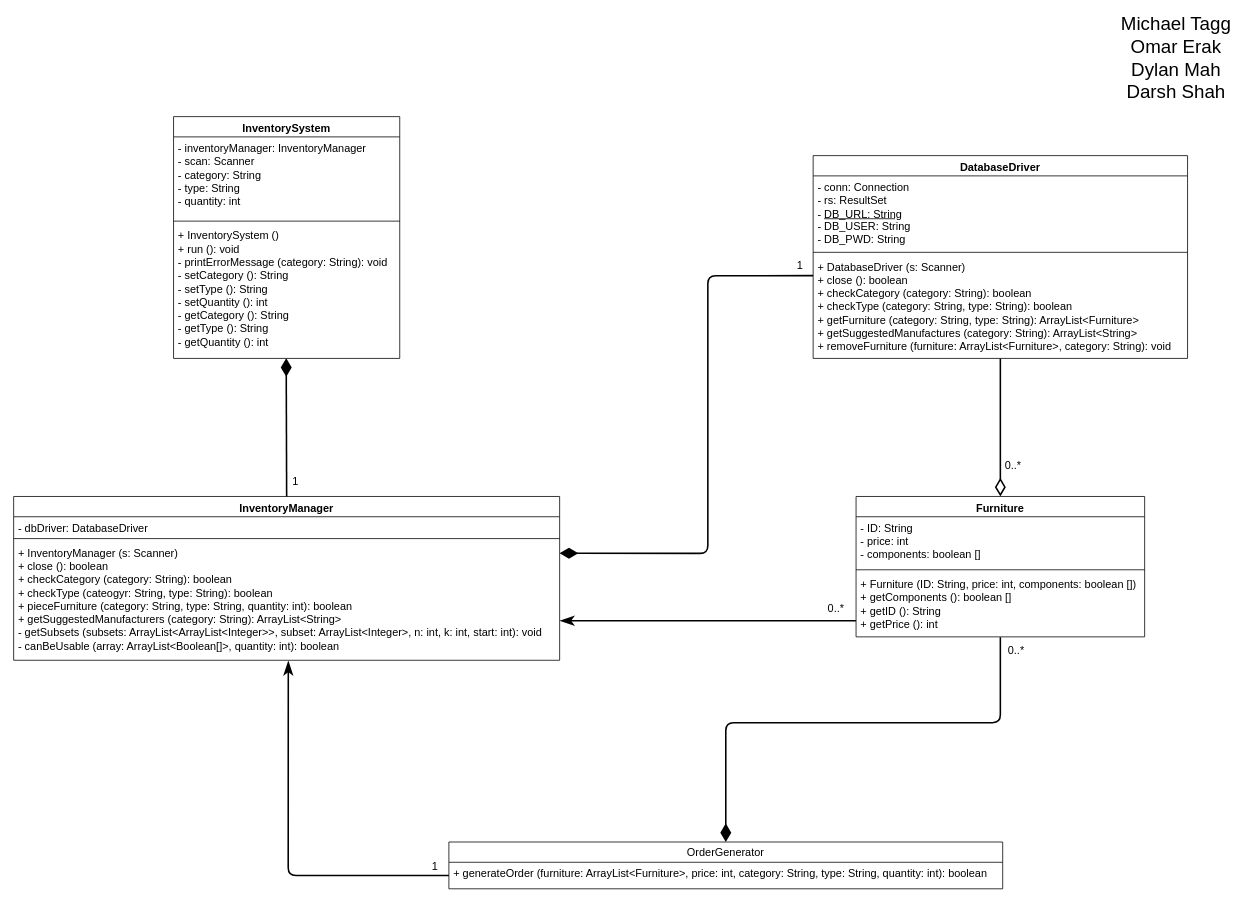
Above: Untitled Diagram.drawio in mtagg/409ProjectG16 (draw.io), before the change. Source tidied: cells renumbered, new cells numbered last; positions are measured from the earlier drawing's top-left corner, leaving out a move shared by most shapes. Both pictures are drawn from the tidied source at 78%, with x=0, y=0 at pixel (13, 23).
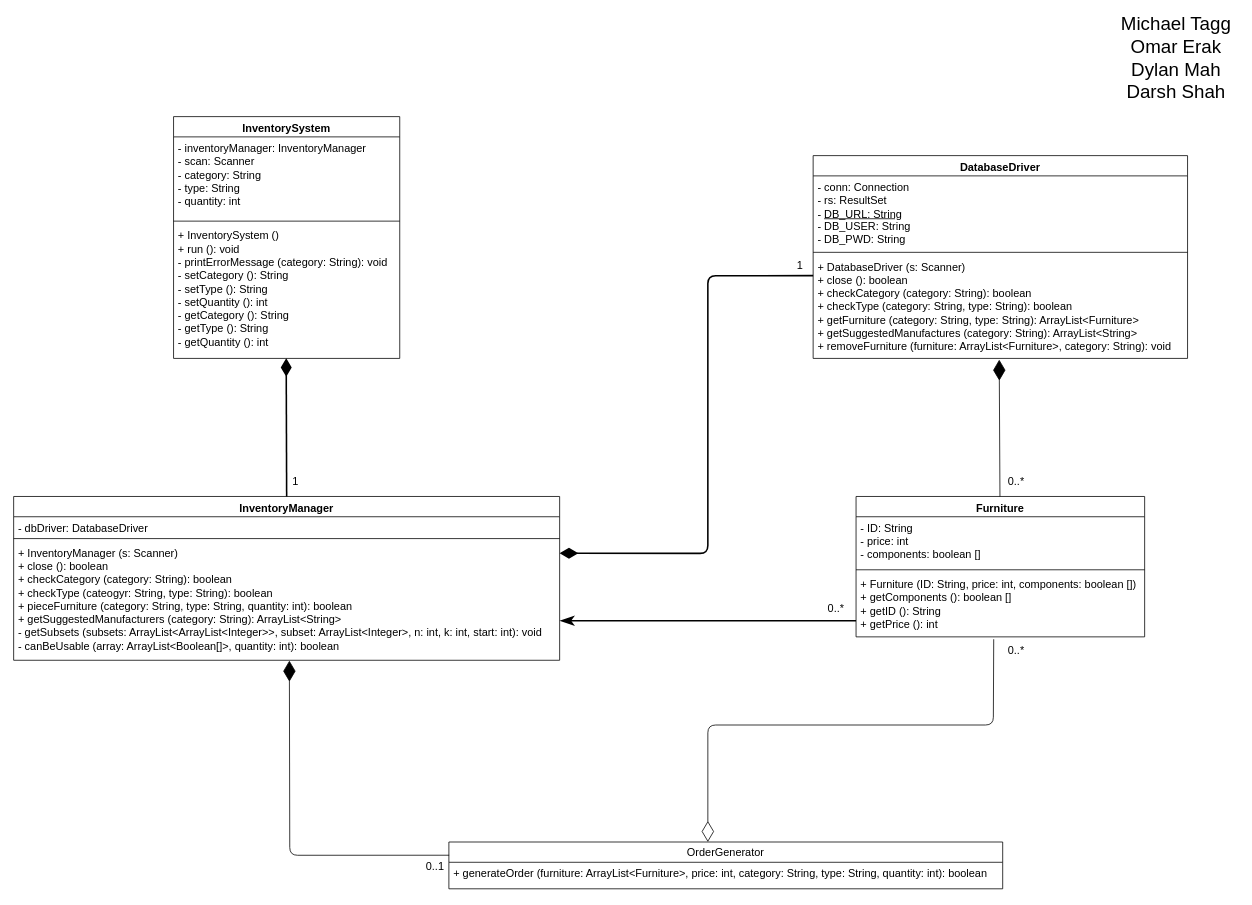
Above is the later version.

Commit message:
updated UML relations

The change refers to these unchanged cells:
```xml
<mxCell id="2" value="Furniture" style="swimlane;fontStyle=1;align=center;verticalAlign=top;horizontal=1;startSize=26;fontSize=14;" parent="1" vertex="1">
  <mxGeometry x="1080" y="607" width="370" height="180" as="geometry" />
</mxCell>
<mxCell id="5" value="+ Furniture (ID: String, price: int, components: boolean [])&#10;+ getComponents (): boolean []&#10;+ getID (): String&#10;+ getPrice (): int&#10;&#10;" style="text;strokeColor=none;fillColor=none;align=left;verticalAlign=top;spacingLeft=4;spacingRight=4;overflow=hidden;points=[[0,0.5],[1,0.5]];portConstraint=eastwest;fontSize=14;" parent="2" vertex="1">
  <mxGeometry y="98" width="370" height="82" as="geometry" />
</mxCell>
<mxCell id="9" value="+ DatabaseDriver (s: Scanner)&#10;+ close (): boolean&#10;+ checkCategory (category: String): boolean&#10;+ checkType (category: String, type: String): boolean&#10;+ getFurniture (category: String, type: String): ArrayList&lt;Furniture&gt;&#10;+ getSuggestedManufactures (category: String): ArrayList&lt;String&gt;&#10;+ removeFurniture (furniture: ArrayList&lt;Furniture&gt;, category: String): void&#10;" style="text;strokeColor=none;fillColor=none;align=left;verticalAlign=top;spacingLeft=4;spacingRight=4;overflow=hidden;points=[[0,0.5],[1,0.5]];portConstraint=eastwest;fontSize=14;" parent="6" vertex="1">
  <mxGeometry y="128" width="480" height="132" as="geometry" />
</mxCell>
<mxCell id="10" value="OrderGenerator" style="swimlane;fontStyle=0;horizontal=1;startSize=26;fillColor=none;fontSize=14;" parent="1" vertex="1">
  <mxGeometry x="558" y="1050" width="710" height="60" as="geometry" />
</mxCell>
<mxCell id="11" value="+ generateOrder (furniture: ArrayList&lt;Furniture&gt;, price: int, category: String, type: String, quantity: int): boolean" style="text;strokeColor=none;fillColor=none;align=left;verticalAlign=top;spacingLeft=4;spacingRight=4;overflow=hidden;points=[[0,0.5],[1,0.5]];portConstraint=eastwest;fontSize=14;" parent="10" vertex="1">
  <mxGeometry y="26" width="710" height="34" as="geometry" />
</mxCell>
<mxCell id="19" value="+ InventoryManager (s: Scanner)&#10;+ close (): boolean&#10;+ checkCategory (category: String): boolean&#10;+ checkType (cateogyr: String, type: String): boolean&#10;+ pieceFurniture (category: String, type: String, quantity: int): boolean&#10;+ getSuggestedManufacturers (category: String): ArrayList&lt;String&gt;&#10;- getSubsets (subsets: ArrayList&lt;ArrayList&lt;Integer&gt;&gt;, subset: ArrayList&lt;Integer&gt;, n: int, k: int, start: int): void&#10;- canBeUsable (array: ArrayList&lt;Boolean[]&gt;, quantity: int): boolean&#10;&#10;&#10;" style="text;strokeColor=none;fillColor=none;align=left;verticalAlign=top;spacingLeft=4;spacingRight=4;overflow=hidden;points=[[0,0.5],[1,0.5]];portConstraint=eastwest;fontSize=14;" parent="16" vertex="1">
  <mxGeometry y="58" width="700" height="152" as="geometry" />
</mxCell>
```

Diff of the diagram source:
```diff
@@
-    <mxCell id="20" style="endArrow=diamondThin;endFill=0;endSize=18;html=1;strokeWidth=2;entryX=0.5;entryY=0;entryDx=0;entryDy=0;fontSize=14;exitX=0.5;exitY=1.002;exitDx=0;exitDy=0;exitPerimeter=0;" parent="1" edge="1" source="9" target="2">
-      <mxGeometry relative="1" as="geometry" />
-    </mxCell>
@@
-    <mxCell id="23" style="endArrow=classicThin;endFill=1;endSize=12;html=1;strokeWidth=2;exitX=0;exitY=0.5;exitDx=0;exitDy=0;entryX=0.503;entryY=1.007;entryDx=0;entryDy=0;entryPerimeter=0;fontSize=14;" parent="1" edge="1" source="11" target="19">
-      <mxGeometry relative="1" as="geometry">
-        <Array as="points">
-          <mxPoint x="450" y="1093" />
-          <mxPoint x="352" y="1093" />
-        </Array>
-      </mxGeometry>
-    </mxCell>
-    <mxCell id="24" value="1" style="text;html=1;align=center;verticalAlign=middle;points=[];fontSize=14;" parent="1" vertex="1">
-      <mxGeometry x="530" y="1072" width="20" height="20" as="geometry" />
+    <mxCell id="24" value="0..1" style="text;html=1;align=center;verticalAlign=middle;points=[];fontSize=14;" parent="1" vertex="1">
+      <mxGeometry x="520" y="1072" width="40" height="20" as="geometry" />
     </mxCell>
@@
     <mxCell id="27" value="0..*" style="text;html=1;align=center;verticalAlign=middle;fontSize=14;" parent="1" vertex="1">
-      <mxGeometry x="1261" y="557" width="40" height="20" as="geometry" />
+      <mxGeometry x="1265" y="578" width="40" height="20" as="geometry" />
     </mxCell>
@@
-    <mxCell id="29" style="endArrow=diamondThin;endFill=1;endSize=18;html=1;strokeWidth=2;entryX=0.5;entryY=0;entryDx=0;entryDy=0;exitX=0.5;exitY=1.004;exitDx=0;exitDy=0;exitPerimeter=0;fontSize=14;" parent="1" edge="1" source="5" target="10">
-      <mxGeometry relative="1" as="geometry">
-        <Array as="points">
-          <mxPoint x="1265" y="897" />
-          <mxPoint x="913" y="897" />
-        </Array>
-      </mxGeometry>
-    </mxCell>
@@
+    <mxCell id="33" style="endArrow=diamondThin;endFill=1;endSize=24;html=1;entryX=0.497;entryY=1.012;entryDx=0;entryDy=0;entryPerimeter=0;" parent="1" edge="1" source="2" target="9">
+      <mxGeometry relative="1" as="geometry" />
+    </mxCell>
+    <mxCell id="34" style="endArrow=diamondThin;endFill=0;endSize=24;html=1;exitX=0.477;exitY=1.037;exitDx=0;exitDy=0;exitPerimeter=0;" parent="1" edge="1" source="5">
+      <mxGeometry relative="1" as="geometry">
+        <mxPoint x="890" y="1050" as="targetPoint" />
+        <Array as="points">
+          <mxPoint x="1256" y="900" />
+          <mxPoint x="890" y="900" />
+        </Array>
+      </mxGeometry>
+    </mxCell>
+    <mxCell id="35" style="endArrow=diamondThin;endFill=1;endSize=24;html=1;exitX=0.959;exitY=-0.253;exitDx=0;exitDy=0;exitPerimeter=0;entryX=0.505;entryY=1.003;entryDx=0;entryDy=0;entryPerimeter=0;" parent="1" edge="1" source="24" target="19">
+      <mxGeometry relative="1" as="geometry">
+        <Array as="points">
+          <mxPoint x="354" y="1067" />
+        </Array>
+      </mxGeometry>
+    </mxCell>
```
